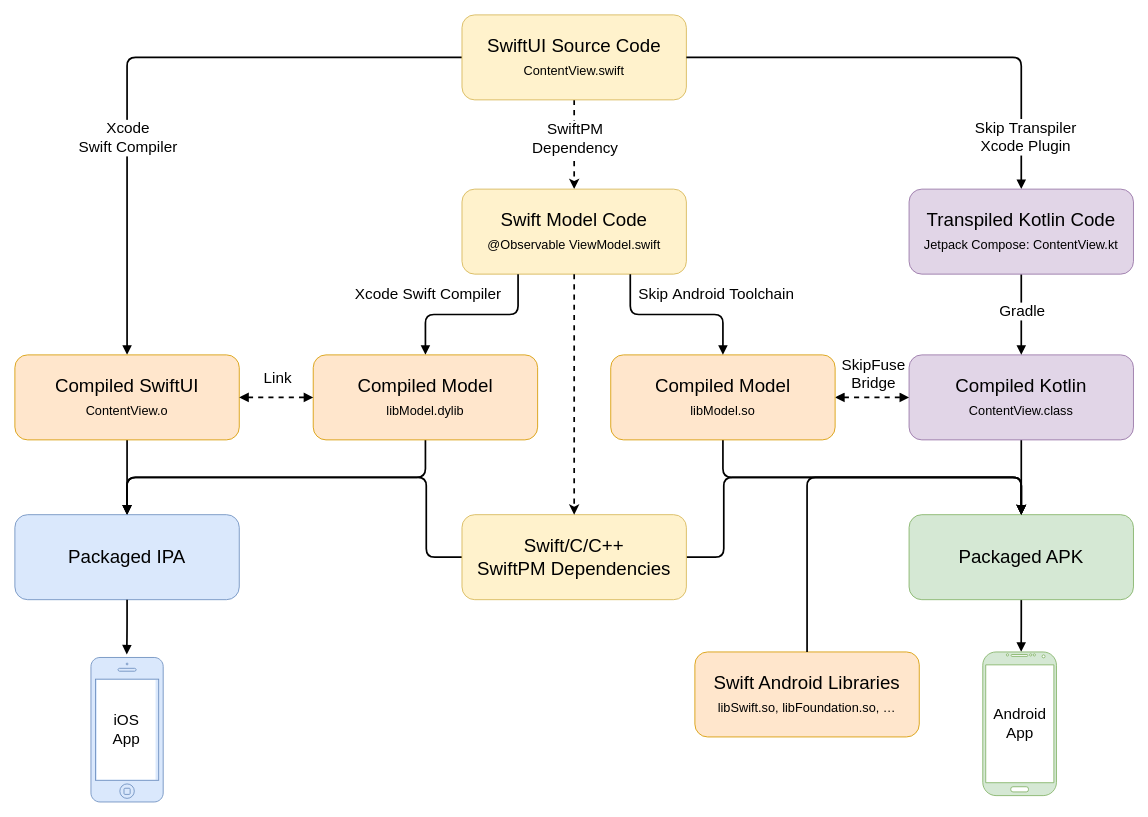
This is page "native" (11 of 11) of diagrams/skip-diagrams.drawio from skiptools/assets.skip.tools, a draw.io file, before an edit. Source tidied: cells renumbered, new cells numbered last; positions are measured from the earlier drawing's top-left corner, leaving out a move shared by most shapes. Both pictures are drawn from the tidied source at 85%, with x=0, y=0 at pixel (14, 14).
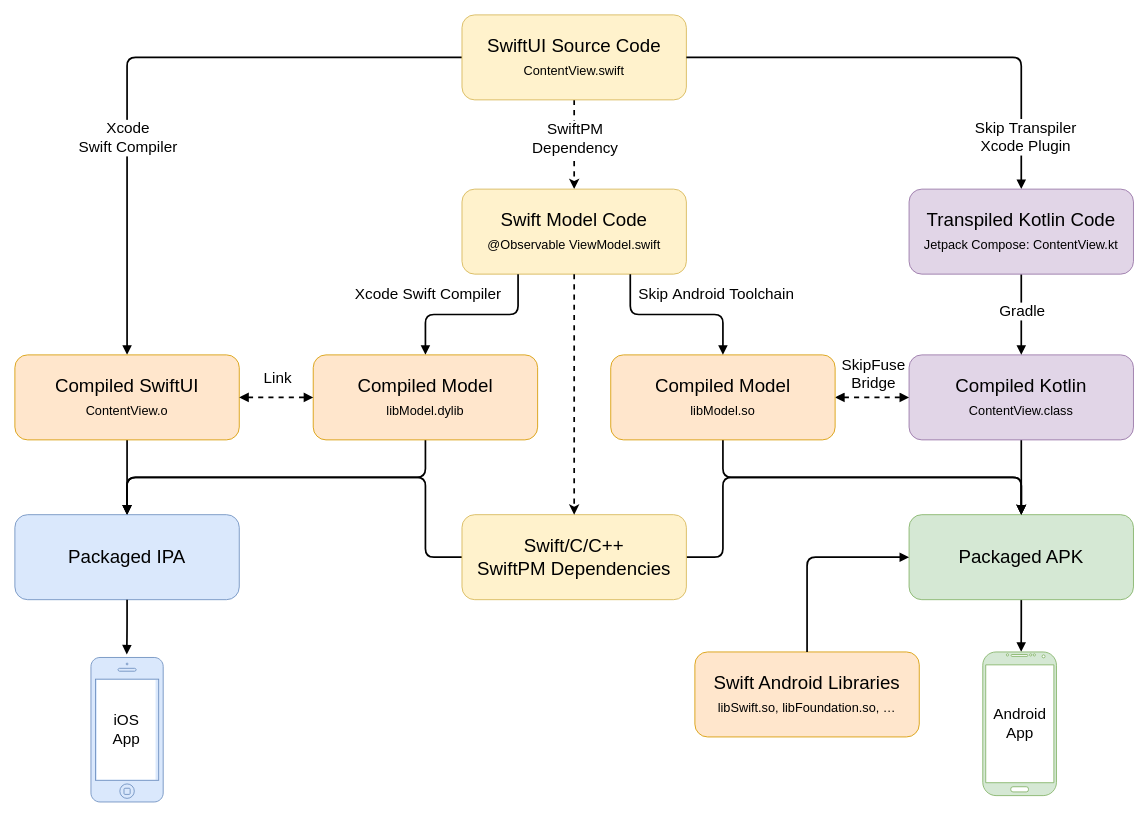
The same diagram, later.

Commit message (it also covers changes not shown here):
Update native diagrams and screenshot

The change refers to these unchanged cells:
```xml
<mxCell id="10" value="Packaged APK" style="rounded=1;whiteSpace=wrap;html=1;fontSize=22;fillColor=#d5e8d4;strokeColor=#82b366;" parent="1" vertex="1">
  <mxGeometry x="1052" y="588" width="264" height="100" as="geometry" />
</mxCell>
<mxCell id="32" value="Packaged IPA" style="rounded=1;whiteSpace=wrap;html=1;fontSize=22;fillColor=#dae8fc;strokeColor=#6c8ebf;" parent="1" vertex="1">
  <mxGeometry y="588" width="264" height="100" as="geometry" />
</mxCell>
<mxCell id="41" value="&lt;div&gt;&lt;font style=&quot;&quot;&gt;Swift/C/C++&lt;/font&gt;&lt;/div&gt;&lt;div&gt;&lt;font style=&quot;&quot;&gt;SwiftPM Dependencies&lt;/font&gt;&lt;/div&gt;" style="rounded=1;whiteSpace=wrap;html=1;fontSize=22;fillColor=#fff2cc;strokeColor=#d6b656;" parent="1" vertex="1">
  <mxGeometry x="526" y="588" width="264" height="100" as="geometry" />
</mxCell>
<mxCell id="43" value="Swift Android Libraries&lt;div&gt;&lt;font style=&quot;font-size: 15px;&quot;&gt;libSwift.so,&amp;nbsp;&lt;/font&gt;&lt;span style=&quot;font-size: 15px; background-color: initial;&quot;&gt;libFoundation.so, …&lt;/span&gt;&lt;/div&gt;" style="rounded=1;whiteSpace=wrap;html=1;fontSize=22;fillColor=#ffe6cc;strokeColor=#d79b00;" parent="1" vertex="1">
  <mxGeometry x="800" y="749.5" width="264" height="100" as="geometry" />
</mxCell>
```

The edit, as a diff of the source:
```diff
@@
     <mxCell id="39" style="edgeStyle=orthogonalEdgeStyle;rounded=1;jettySize=auto;html=1;exitX=1;exitY=0.5;exitDx=0;exitDy=0;entryX=0.5;entryY=0;entryDx=0;entryDy=0;curved=0;strokeWidth=2;" parent="1" edge="1" source="41" target="10">
       <mxGeometry relative="1" as="geometry">
         <Array as="points">
-          <mxPoint x="834" y="638" />
-          <mxPoint x="834" y="544" />
+          <mxPoint x="833" y="638" />
+          <mxPoint x="833" y="544" />
           <mxPoint x="1184" y="544" />
         </Array>
       </mxGeometry>
     </mxCell>
     <mxCell id="40" style="edgeStyle=orthogonalEdgeStyle;rounded=1;jettySize=auto;html=1;exitX=0;exitY=0.5;exitDx=0;exitDy=0;entryX=0.5;entryY=0;entryDx=0;entryDy=0;strokeWidth=2;curved=0;endArrow=block;endFill=1;" parent="1" edge="1" source="41" target="32">
       <mxGeometry relative="1" as="geometry">
         <Array as="points">
-          <mxPoint x="484" y="638" />
-          <mxPoint x="484" y="544" />
+          <mxPoint x="483" y="638" />
+          <mxPoint x="483" y="544" />
           <mxPoint x="132" y="544" />
         </Array>
       </mxGeometry>
     </mxCell>
@@
-    <mxCell id="44" style="edgeStyle=orthogonalEdgeStyle;rounded=1;jettySize=auto;html=1;exitX=0.5;exitY=0;exitDx=0;exitDy=0;entryX=0.5;entryY=0;entryDx=0;entryDy=0;strokeWidth=2;curved=0;endArrow=block;endFill=1;" parent="1" edge="1" source="43" target="10">
+    <mxCell id="44" style="edgeStyle=orthogonalEdgeStyle;rounded=1;jettySize=auto;html=1;exitX=0.5;exitY=0;exitDx=0;exitDy=0;entryX=0;entryY=0.5;entryDx=0;entryDy=0;strokeWidth=2;curved=0;endArrow=block;endFill=1;" parent="1" edge="1" source="43" target="10">
       <mxGeometry relative="1" as="geometry">
         <Array as="points">
-          <mxPoint x="932" y="544" />
-          <mxPoint x="1184" y="544" />
+          <mxPoint x="932" y="638" />
         </Array>
       </mxGeometry>
     </mxCell>
```
